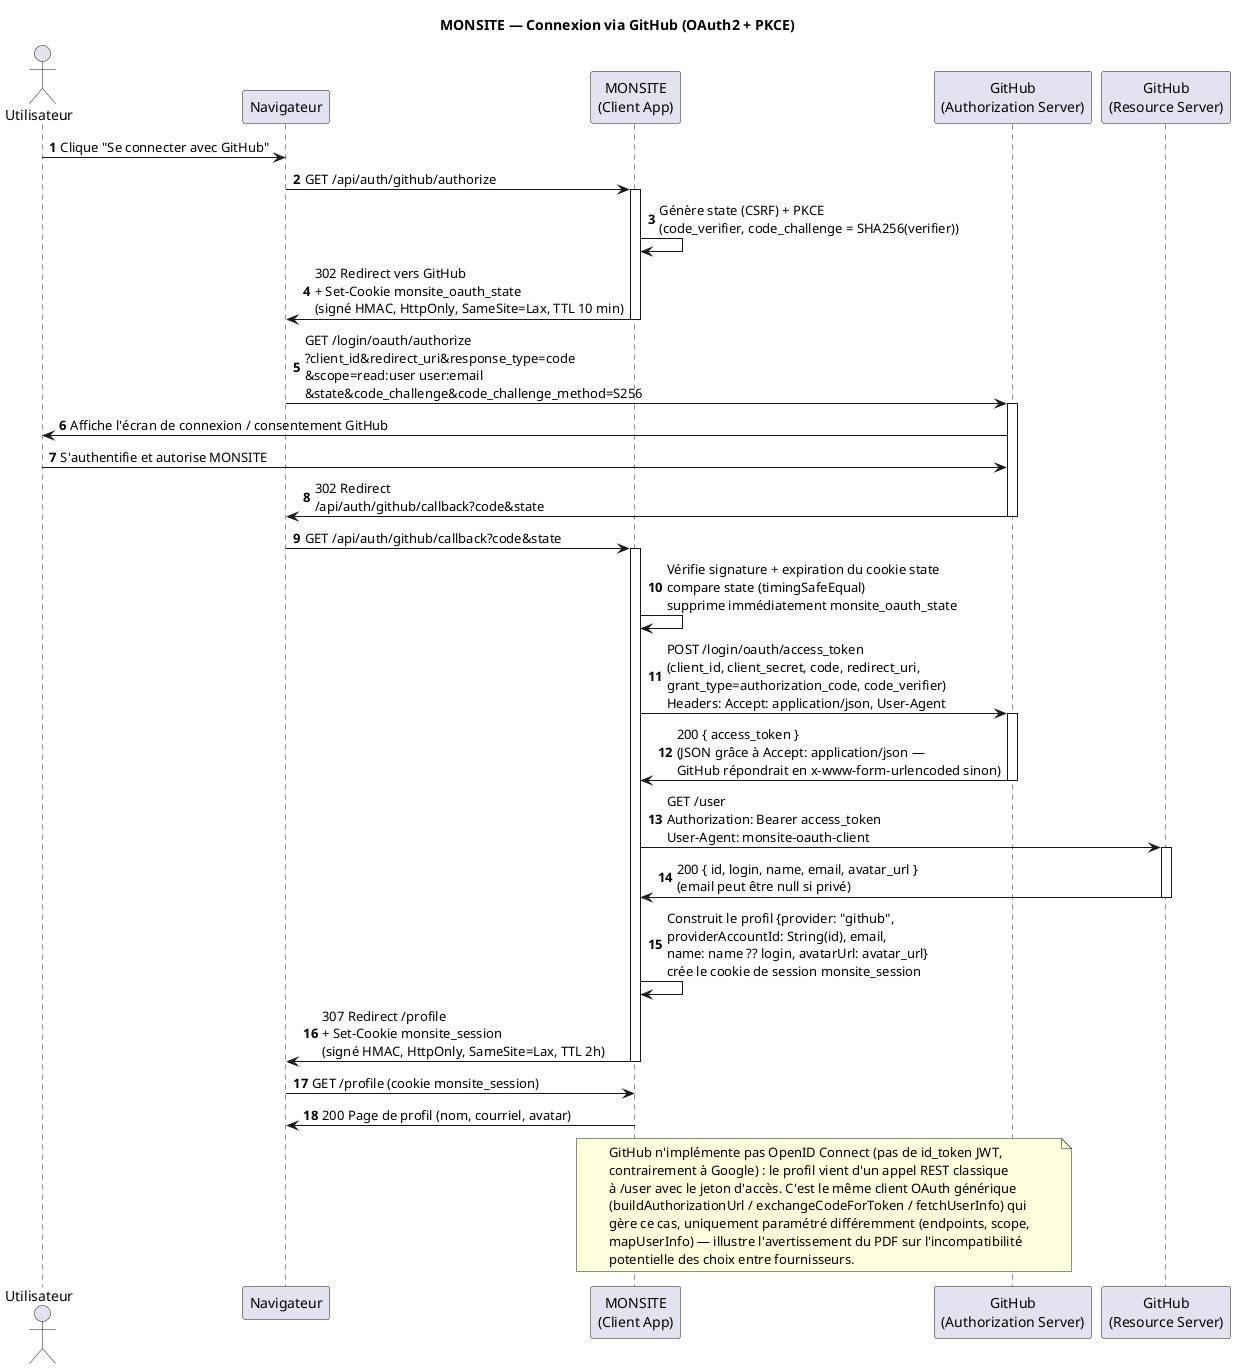
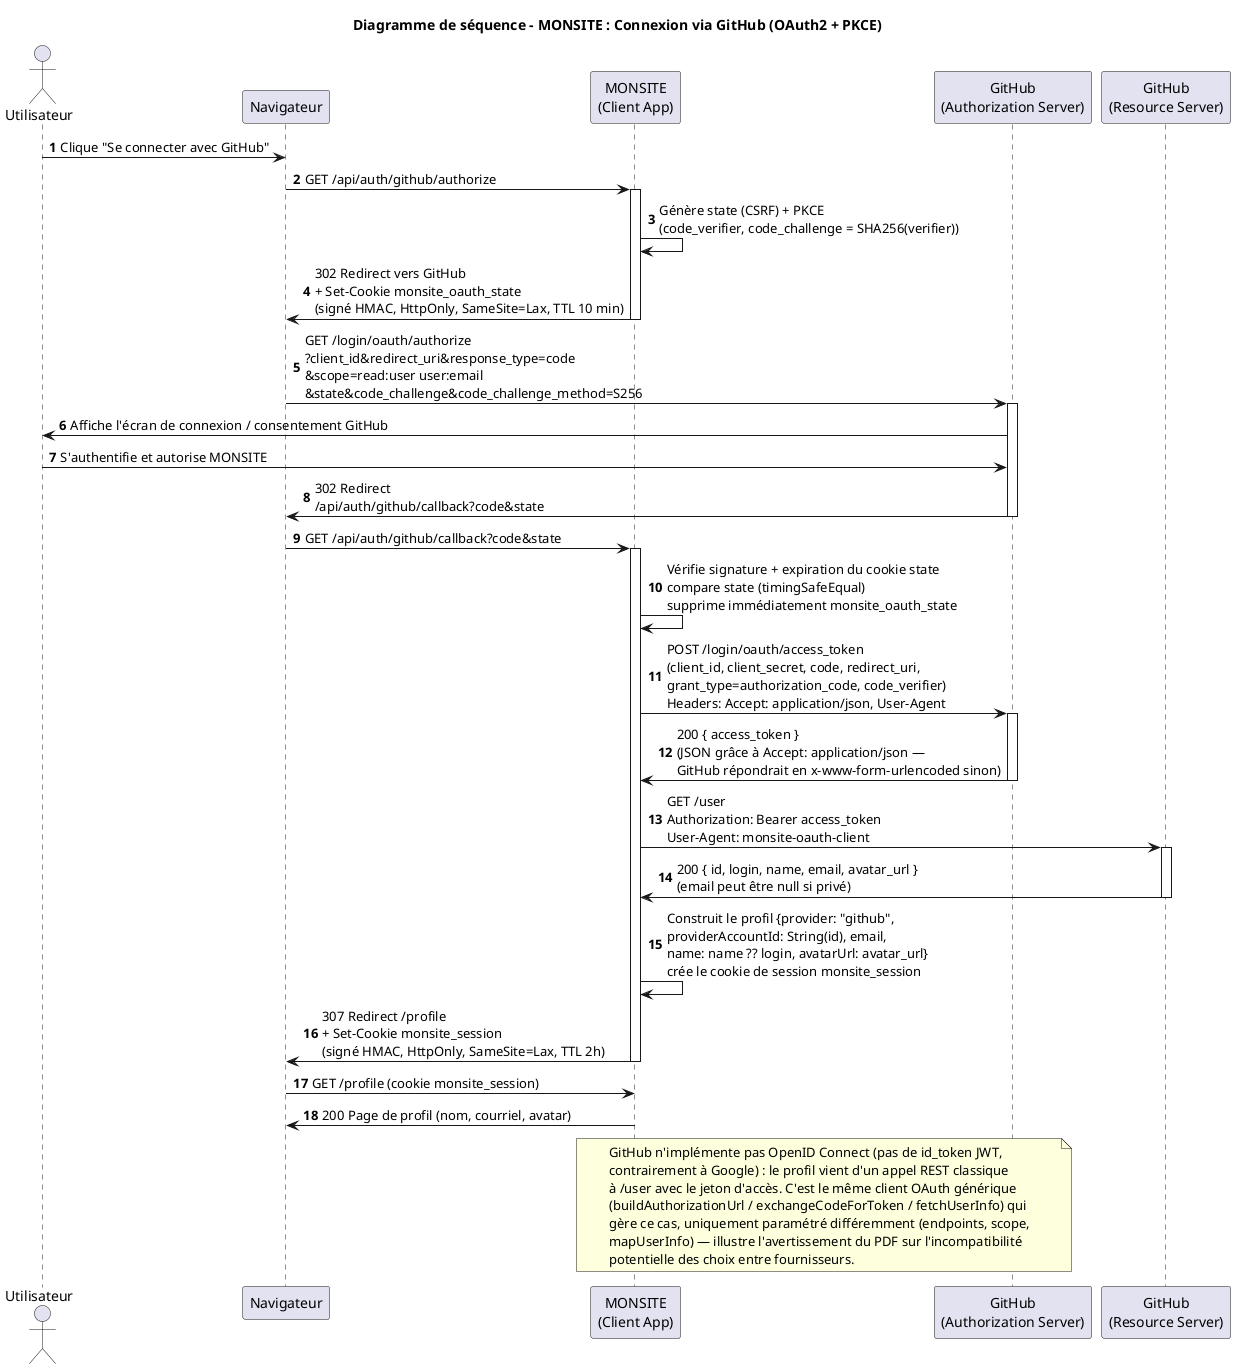
@startuml sequence-github
- title MONSITE — Connexion via GitHub (OAuth2 + PKCE)
+ 
+ title Diagramme de séquence - MONSITE : Connexion via GitHub (OAuth2 + PKCE)

autonumber

actor "Utilisateur" as User
participant "Navigateur" as Browser
participant "MONSITE\n(Client App)" as Monsite
participant "GitHub\n(Authorization Server)" as GitHubAuth
participant "GitHub\n(Resource Server)" as GitHubRes

User -> Browser: Clique "Se connecter avec GitHub"
Browser -> Monsite: GET /api/auth/github/authorize
activate Monsite
Monsite -> Monsite: Génère state (CSRF) + PKCE\n(code_verifier, code_challenge = SHA256(verifier))
Monsite -> Browser: 302 Redirect vers GitHub\n+ Set-Cookie monsite_oauth_state\n(signé HMAC, HttpOnly, SameSite=Lax, TTL 10 min)
deactivate Monsite

Browser -> GitHubAuth: GET /login/oauth/authorize\n?client_id&redirect_uri&response_type=code\n&scope=read:user user:email\n&state&code_challenge&code_challenge_method=S256
activate GitHubAuth
GitHubAuth -> User: Affiche l'écran de connexion / consentement GitHub
User -> GitHubAuth: S'authentifie et autorise MONSITE
GitHubAuth -> Browser: 302 Redirect\n/api/auth/github/callback?code&state
deactivate GitHubAuth

Browser -> Monsite: GET /api/auth/github/callback?code&state
activate Monsite
Monsite -> Monsite: Vérifie signature + expiration du cookie state\ncompare state (timingSafeEqual)\nsupprime immédiatement monsite_oauth_state
Monsite -> GitHubAuth: POST /login/oauth/access_token\n(client_id, client_secret, code, redirect_uri,\ngrant_type=authorization_code, code_verifier)\nHeaders: Accept: application/json, User-Agent
activate GitHubAuth
GitHubAuth -> Monsite: 200 { access_token }\n(JSON grâce à Accept: application/json —\nGitHub répondrait en x-www-form-urlencoded sinon)
deactivate GitHubAuth

Monsite -> GitHubRes: GET /user\nAuthorization: Bearer access_token\nUser-Agent: monsite-oauth-client
activate GitHubRes
GitHubRes -> Monsite: 200 { id, login, name, email, avatar_url }\n(email peut être null si privé)
deactivate GitHubRes

Monsite -> Monsite: Construit le profil {provider: "github",\nproviderAccountId: String(id), email,\nname: name ?? login, avatarUrl: avatar_url}\ncrée le cookie de session monsite_session
Monsite -> Browser: 307 Redirect /profile\n+ Set-Cookie monsite_session\n(signé HMAC, HttpOnly, SameSite=Lax, TTL 2h)
deactivate Monsite

Browser -> Monsite: GET /profile (cookie monsite_session)
Monsite -> Browser: 200 Page de profil (nom, courriel, avatar)

note over Monsite, GitHubAuth
  GitHub n'implémente pas OpenID Connect (pas de id_token JWT,
  contrairement à Google) : le profil vient d'un appel REST classique
  à /user avec le jeton d'accès. C'est le même client OAuth générique
  (buildAuthorizationUrl / exchangeCodeForToken / fetchUserInfo) qui
  gère ce cas, uniquement paramétré différemment (endpoints, scope,
  mapUserInfo) — illustre l'avertissement du PDF sur l'incompatibilité
  potentielle des choix entre fournisseurs.
end note

@enduml
